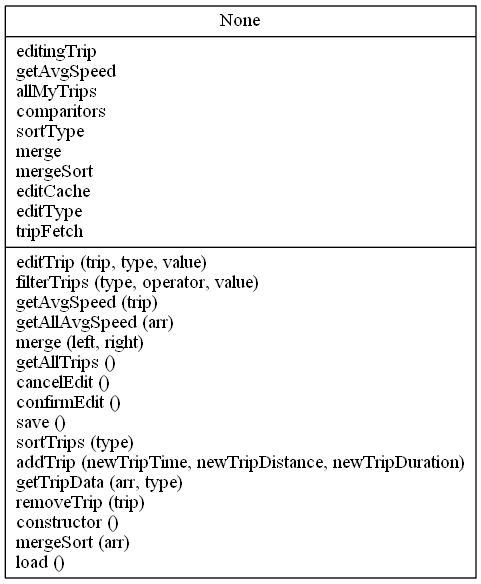
Above: test_jsparser/output/classes.dot.png in ChironEvans/de321-Assignment2-2020 (Graphviz), before the change. Its source is kept beside it as test_jsparser/output/classes.dot.
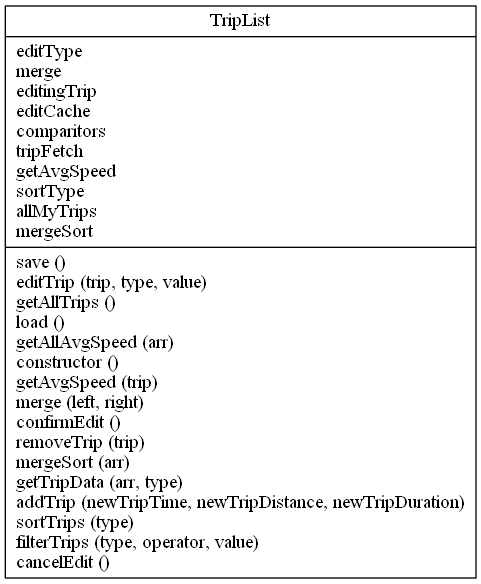
Above is the later version.

What changed in the source:
```diff
@@ -1,5 +1,5 @@
 digraph "classes_test" {
 charset="utf-8"
 rankdir=BT
-"0" [label="{None|editingTrip\lgetAvgSpeed\lallMyTrips\lcomparitors\lsortType\lmerge\lmergeSort\leditCache\leditType\ltripFetch\l|editTrip (trip, type, value)\lfilterTrips (type, operator, value)\lgetAvgSpeed (trip)\lgetAllAvgSpeed (arr)\lmerge (left, right)\lgetAllTrips ()\lcancelEdit ()\lconfirmEdit ()\lsave ()\lsortTrips (type)\laddTrip (newTripTime, newTripDistance, newTripDuration)\lgetTripData (arr, type)\lremoveTrip (trip)\lconstructor ()\lmergeSort (arr)\lload ()\l}", shape="record"];
+"0" [label="{TripList|editType\lmerge\leditingTrip\leditCache\lcomparitors\ltripFetch\lgetAvgSpeed\lsortType\lallMyTrips\lmergeSort\l|save ()\leditTrip (trip, type, value)\lgetAllTrips ()\lload ()\lgetAllAvgSpeed (arr)\lconstructor ()\lgetAvgSpeed (trip)\lmerge (left, right)\lconfirmEdit ()\lremoveTrip (trip)\lmergeSort (arr)\lgetTripData (arr, type)\laddTrip (newTripTime, newTripDistance, newTripDuration)\lsortTrips (type)\lfilterTrips (type, operator, value)\lcancelEdit ()\l}", shape="record"];
 }
```
